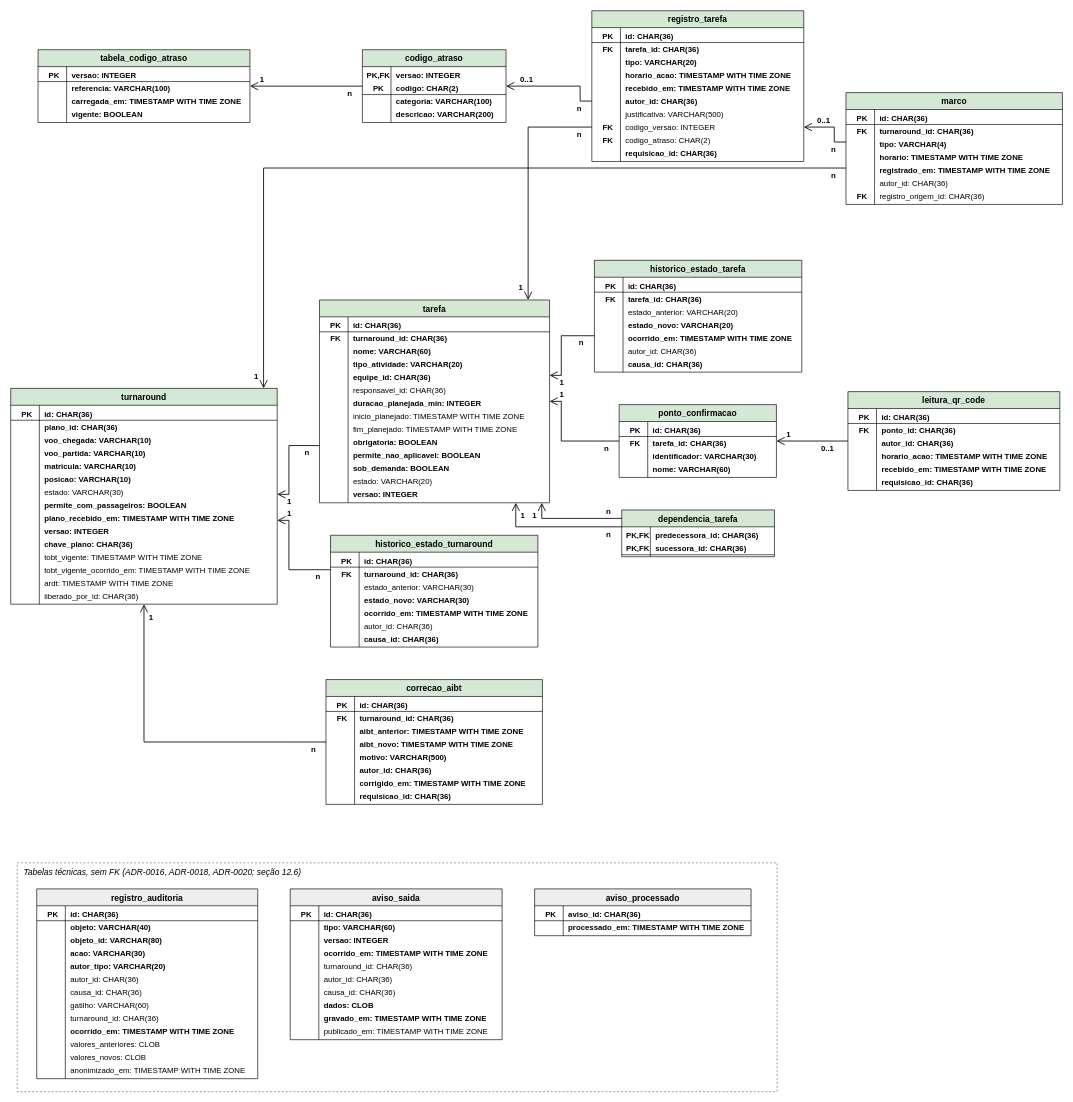
This is especificacao/diagramas/12-modelo-de-dados-execucao.drawio from Aircraft-Turnaround-Operations-Manager/aircraft-turnaround-docs, a draw.io file, before an edit. Source tidied: cells renumbered, new cells numbered last; positions are measured from the earlier drawing's top-left corner, leaving out a move shared by most shapes. Both pictures are drawn from the tidied source at 65%, with x=0, y=0 at pixel (10, 10).
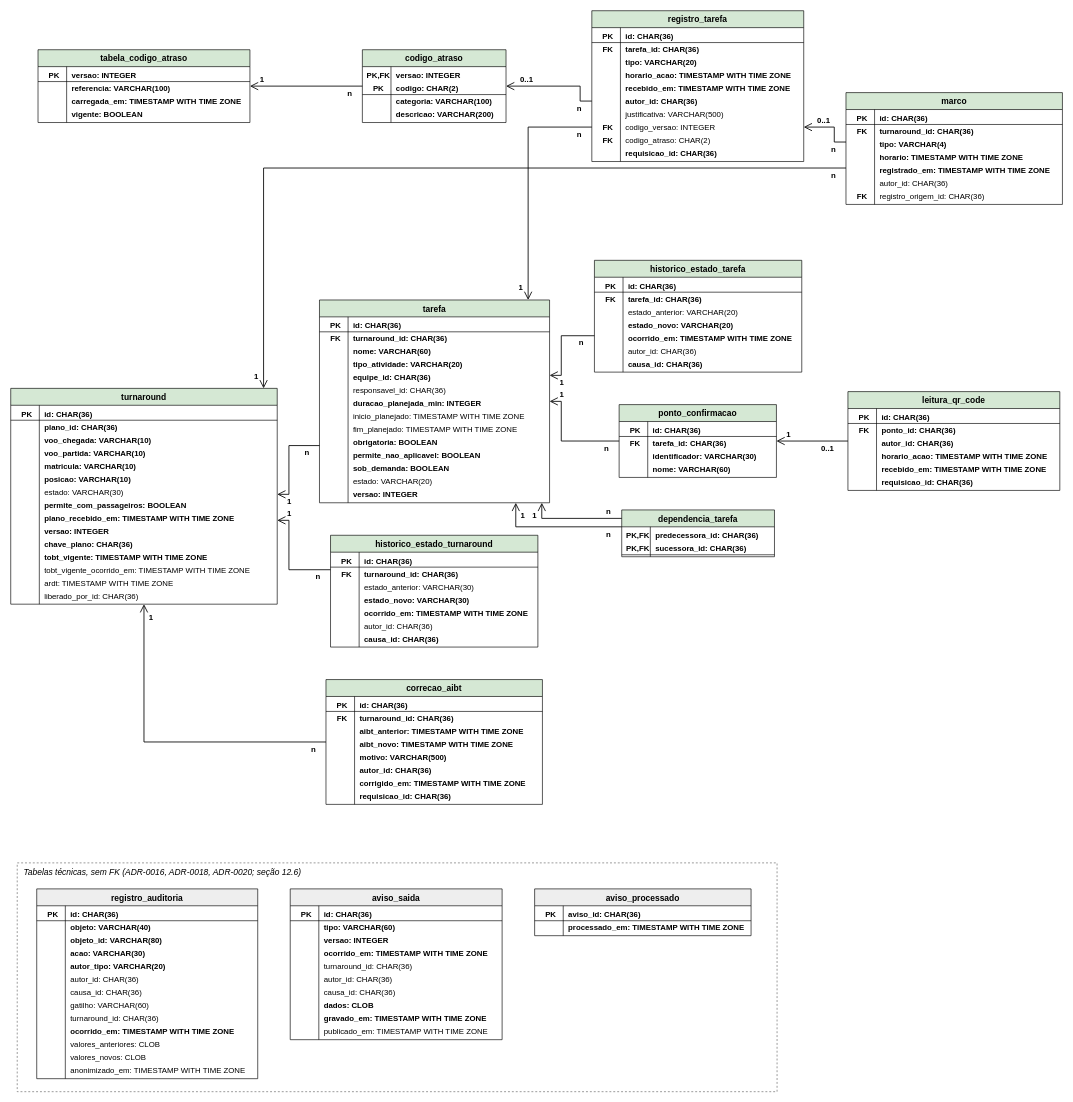
The same diagram, later.

The change refers to these unchanged cells:
```xml
<mxCell id="3" value="turnaround" style="swimlane;html=0;fontStyle=1;fontSize=13;startSize=26;fillColor=#d5e8d4;rounded=0;horizontal=1;swimlaneLine=1;" parent="1" vertex="1">
  <mxGeometry y="581" width="410" height="332" as="geometry" />
</mxCell>
```

What changed in the source:
```diff
@@
-    <mxCell id="27" value="tobt_vigente: TIMESTAMP WITH TIME ZONE" style="text;html=0;fontSize=12;verticalAlign=middle;spacingLeft=6;align=left;fontStyle=0;" parent="3" vertex="1">
+    <mxCell id="27" value="tobt_vigente: TIMESTAMP WITH TIME ZONE" style="text;html=0;fontSize=12;verticalAlign=middle;spacingLeft=6;align=left;fontStyle=1;" parent="3" vertex="1">
       <mxGeometry x="44" y="249" width="366" height="20" as="geometry" />
     </mxCell>
```
